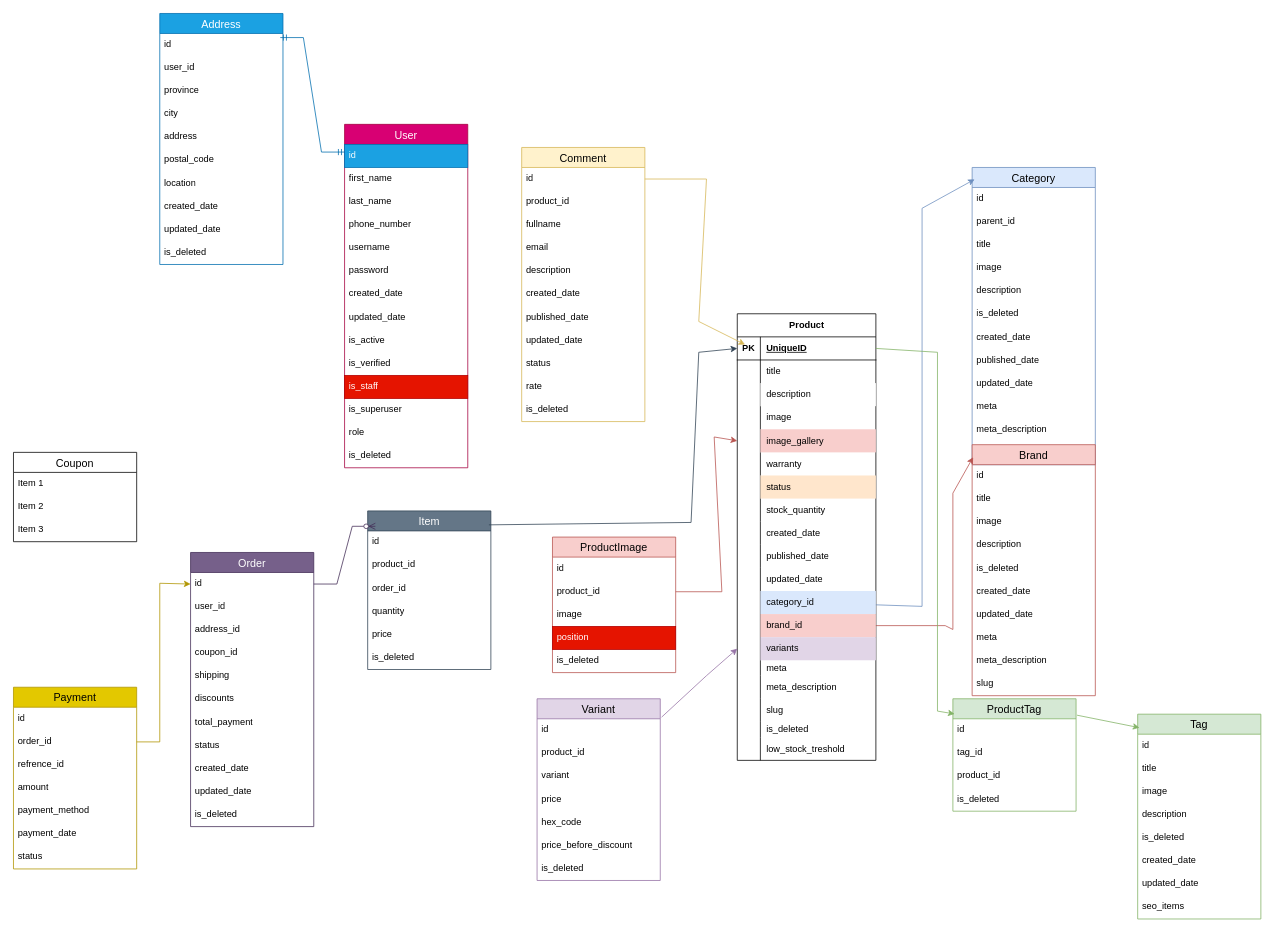
Above: Pixa.drawio in Masoumesh/Pixa-shop (draw.io), before the change. Source tidied: cells renumbered, new cells numbered last; positions are measured from the earlier drawing's top-left corner, leaving out a move shared by most shapes. Both pictures are drawn from the tidied source at 77%, with x=0, y=0 at pixel (13, 13).
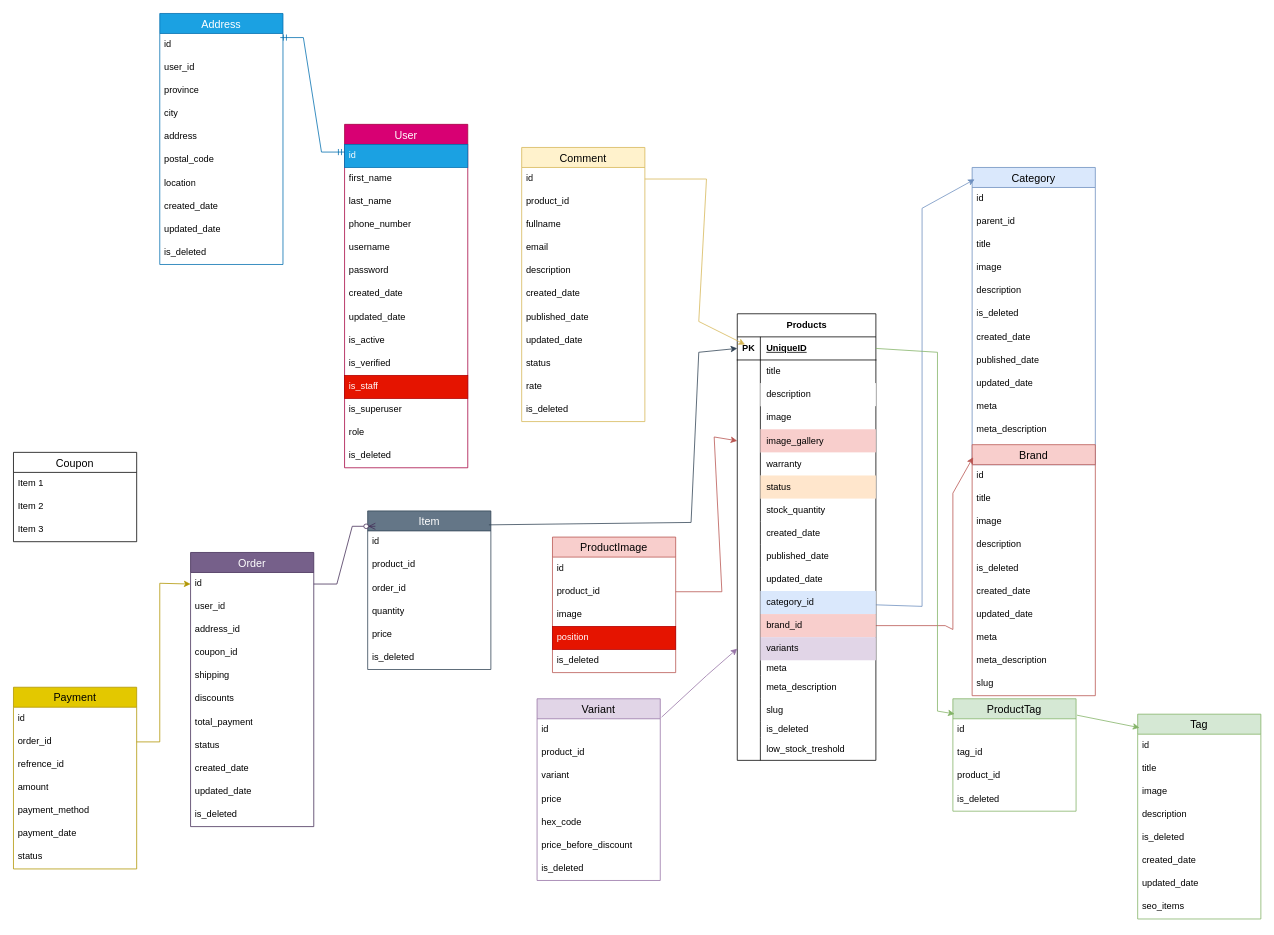
The same page after the edit.

What changed in the source:
```diff
@@
-    <mxCell id="2" value="Product" style="shape=table;startSize=30;childLayout=tableLayout;rowLines=0;fontStyle=1;align=center;html=1;swimlaneFillColor=none;shadow=0;perimeterSpacing=0;" parent="1" vertex="1">
+    <mxCell id="2" value="Products" style="shape=table;startSize=30;childLayout=tableLayout;rowLines=0;fontStyle=1;align=center;html=1;swimlaneFillColor=none;shadow=0;perimeterSpacing=0;" parent="1" vertex="1">
       <mxGeometry x="940" y="390" width="180" height="580" as="geometry" />
     </mxCell>
```
